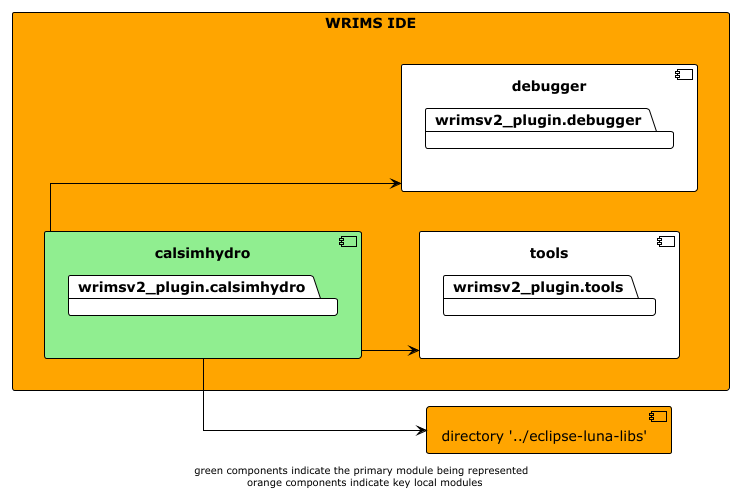
CentralValleyModeling/wrims-gui keeps this PlantUML diagram as docs/diagrams/wrims-ide/wrims-ide_calsimhydro.png. Above is the earlier version.
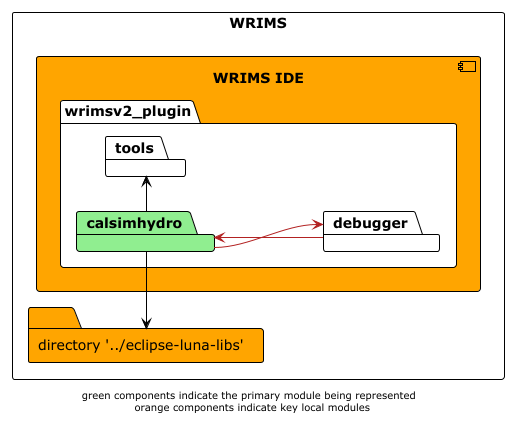
The same file after the commit.

The edit, as a diff of the source:
```diff
@@ -4,23 +4,22 @@
 left to right direction
 skinparam linetype ortho
 
-rectangle wrims-ide as "WRIMS IDE" #orange {
-    component calsimhydro #lightgreen {
-        package wrimsv2_plugin.calsimhydro
+rectangle WRIMS {
+    component wrims-ide as "WRIMS IDE" #orange {
+        package wrimsv2_plugin {
+            package calsimhydro#lightgreen
+            package tools
+            package debugger
+        }
     }
-    component tools {
-        package wrimsv2_plugin.tools
-    }
-    component debugger {
-        package wrimsv2_plugin.debugger
-    }
+
+    folder luna_libs as "directory '../eclipse-luna-libs'" #orange
 }
+calsimhydro -l-> luna_libs
+calsimhydro -r-> tools
+calsimhydro --> debugger #firebrick
 
-component luna_libs as "directory '../eclipse-luna-libs'" #orange
-
-calsimhydro -down-> luna_libs
-calsimhydro -down-> tools
-calsimhydro -down-> debugger
+debugger -> calsimhydro #firebrick
 
 footer "green components indicate the primary module being represented \n orange components indicate key local modules"
 @enduml
```
